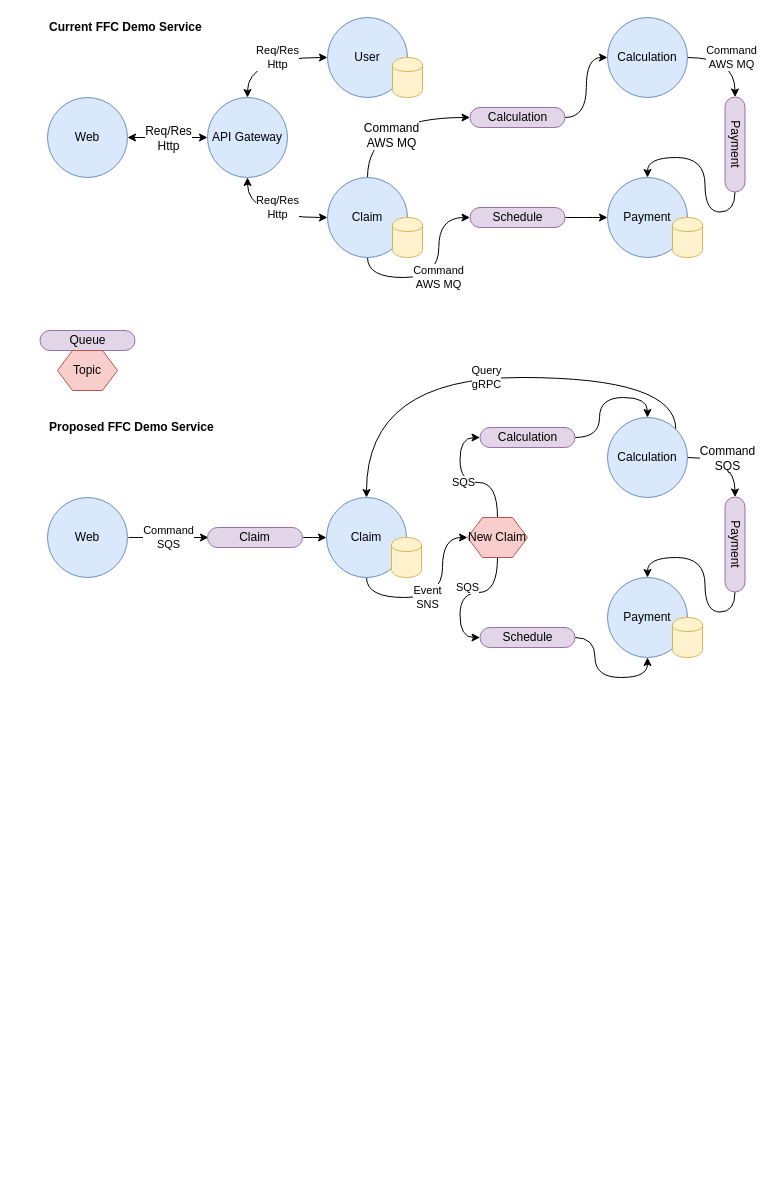
This is FFC Demo Service.drawio from johnwatson484/diagrams, a draw.io file, before an edit. Source tidied: cells renumbered, new cells numbered last; positions are measured from the earlier drawing's top-left corner, leaving out a move shared by most shapes. Both pictures are drawn from the tidied source at 100%, with x=0, y=0 at pixel (39, 17).
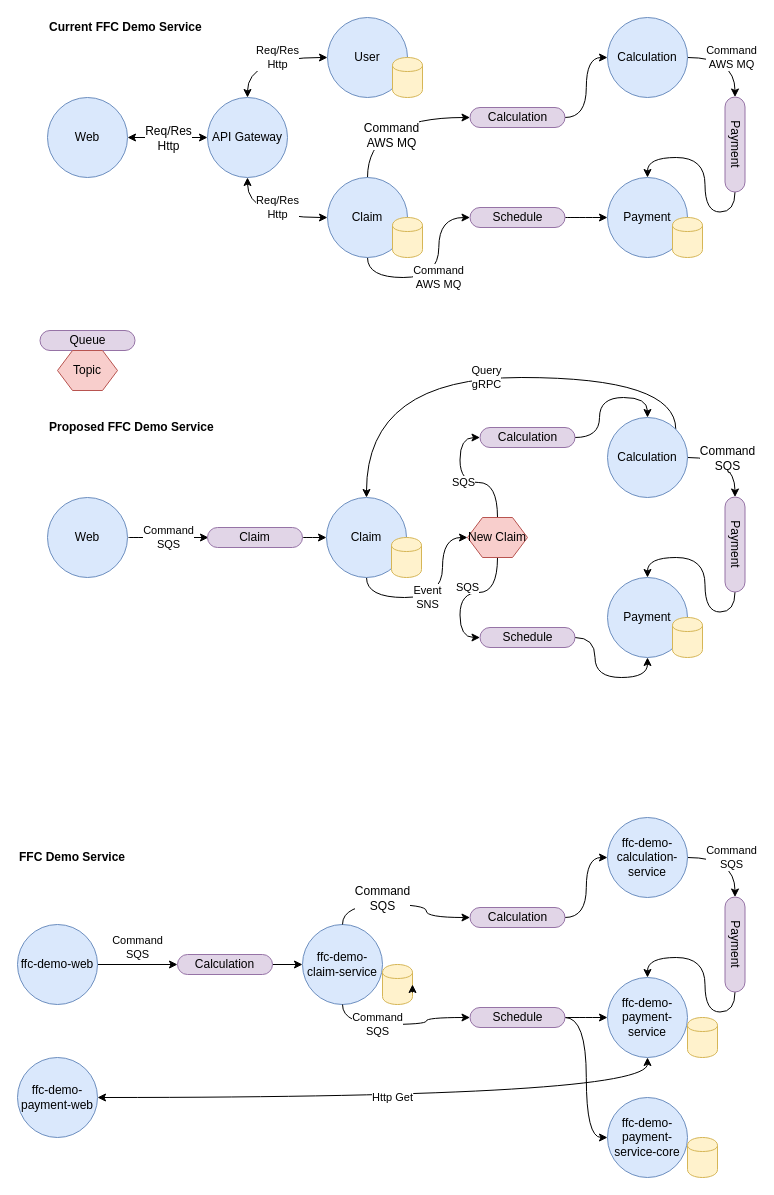
After the change.

Diff of the diagram source:
```diff
@@
+    <mxCell id="51" value="ffc-demo-claim-service" style="ellipse;whiteSpace=wrap;html=1;fillColor=#dae8fc;strokeColor=#6c8ebf;" parent="1" vertex="1">
+      <mxGeometry x="263" y="907" width="80" height="80" as="geometry" />
+    </mxCell>
@@
+    <mxCell id="52" value="Command &lt;br&gt;SQS" style="edgeStyle=orthogonalEdgeStyle;rounded=0;jettySize=auto;html=1;" parent="1" edge="1" source="53" target="71">
+      <mxGeometry y="17" relative="1" as="geometry" />
+    </mxCell>
+    <mxCell id="53" value="ffc-demo-web" style="ellipse;whiteSpace=wrap;html=1;fillColor=#dae8fc;strokeColor=#6c8ebf;" parent="1" vertex="1">
+      <mxGeometry x="-22" y="907" width="80" height="80" as="geometry" />
+    </mxCell>
+    <mxCell id="54" value="Command&lt;br&gt;SQS" style="edgeStyle=orthogonalEdgeStyle;curved=1;jumpStyle=arc;jettySize=auto;html=1;exitX=1;exitY=0.5;exitDx=0;exitDy=0;entryX=0;entryY=0.5;entryDx=0;entryDy=0;" parent="1" edge="1" source="55" target="68">
+      <mxGeometry relative="1" as="geometry" />
+    </mxCell>
+    <mxCell id="55" value="ffc-demo-calculation-service" style="ellipse;whiteSpace=wrap;html=1;fillColor=#dae8fc;strokeColor=#6c8ebf;" parent="1" vertex="1">
+      <mxGeometry x="568" y="800" width="80" height="80" as="geometry" />
+    </mxCell>
+    <mxCell id="56" value="ffc-demo-payment-service" style="ellipse;whiteSpace=wrap;html=1;fillColor=#dae8fc;strokeColor=#6c8ebf;" parent="1" vertex="1">
+      <mxGeometry x="568" y="960" width="80" height="80" as="geometry" />
+    </mxCell>
+    <mxCell id="57" value="Command&lt;br&gt;SQS" style="edgeStyle=orthogonalEdgeStyle;jumpStyle=arc;jettySize=auto;html=1;exitX=0.5;exitY=1;exitDx=0;exitDy=0;entryX=0;entryY=0.5;entryDx=0;entryDy=0;curved=1;" parent="1" edge="1" source="51" target="66">
+      <mxGeometry x="-0.29" relative="1" as="geometry" />
+    </mxCell>
+    <mxCell id="58" style="edgeStyle=orthogonalEdgeStyle;curved=1;jumpStyle=arc;jettySize=auto;html=1;exitX=0.5;exitY=0;exitDx=0;exitDy=0;entryX=0;entryY=0.5;entryDx=0;entryDy=0;" parent="1" edge="1" source="51" target="63">
+      <mxGeometry relative="1" as="geometry" />
+    </mxCell>
+    <mxCell id="59" value="Command&lt;br&gt;SQS" style="text;html=1;align=center;verticalAlign=middle;labelBackgroundColor=#ffffff;fontColor=#000000;" parent="58" vertex="1">
+      <mxGeometry x="-0.47" y="-23" relative="1" as="geometry">
+        <mxPoint x="16.7" y="-30" as="offset" />
+      </mxGeometry>
+    </mxCell>
+    <mxCell id="60" style="shape=cylinder;whiteSpace=wrap;html=1;boundedLbl=1;backgroundOutline=1;fillColor=#fff2cc;strokeColor=#d6b656;" parent="1" vertex="1">
+      <mxGeometry x="648" y="1000" width="30" height="40" as="geometry" />
+    </mxCell>
+    <mxCell id="61" style="shape=cylinder;whiteSpace=wrap;html=1;boundedLbl=1;backgroundOutline=1;fillColor=#fff2cc;strokeColor=#d6b656;" parent="1" vertex="1">
+      <mxGeometry x="343" y="947" width="30" height="40" as="geometry" />
+    </mxCell>
+    <mxCell id="62" style="edgeStyle=orthogonalEdgeStyle;curved=1;jumpStyle=arc;jettySize=auto;html=1;exitX=1;exitY=0.5;exitDx=0;exitDy=0;entryX=0;entryY=0.5;entryDx=0;entryDy=0;" parent="1" edge="1" source="63" target="55">
+      <mxGeometry relative="1" as="geometry" />
+    </mxCell>
+    <mxCell id="63" value="Calculation" style="rounded=1;whiteSpace=wrap;html=1;fillColor=#e1d5e7;strokeColor=#9673a6;arcSize=50;rotation=0;" parent="1" vertex="1">
+      <mxGeometry x="430.5" y="890" width="95" height="20" as="geometry" />
+    </mxCell>
+    <mxCell id="64" style="edgeStyle=orthogonalEdgeStyle;jumpStyle=arc;jettySize=auto;html=1;exitX=1;exitY=0.5;exitDx=0;exitDy=0;curved=1;" parent="1" edge="1" source="66" target="56">
+      <mxGeometry relative="1" as="geometry" />
+    </mxCell>
+    <mxCell id="65" style="edgeStyle=orthogonalEdgeStyle;jettySize=auto;html=1;entryX=0;entryY=0.5;entryDx=0;entryDy=0;curved=1;" parent="1" edge="1" source="66" target="74">
+      <mxGeometry relative="1" as="geometry" />
+    </mxCell>
+    <mxCell id="66" value="Schedule" style="rounded=1;whiteSpace=wrap;html=1;fillColor=#e1d5e7;strokeColor=#9673a6;arcSize=50;rotation=0;" parent="1" vertex="1">
+      <mxGeometry x="430.5" y="990" width="95" height="20" as="geometry" />
+    </mxCell>
+    <mxCell id="67" style="edgeStyle=orthogonalEdgeStyle;curved=1;jumpStyle=arc;jettySize=auto;html=1;exitX=1;exitY=0.5;exitDx=0;exitDy=0;entryX=0.5;entryY=0;entryDx=0;entryDy=0;" parent="1" edge="1" source="68" target="56">
+      <mxGeometry relative="1" as="geometry" />
+    </mxCell>
+    <mxCell id="68" value="Payment" style="rounded=1;whiteSpace=wrap;html=1;fillColor=#e1d5e7;strokeColor=#9673a6;arcSize=50;rotation=90;" parent="1" vertex="1">
+      <mxGeometry x="648" y="917" width="95" height="20" as="geometry" />
+    </mxCell>
+    <mxCell id="69" value="FFC Demo Service" style="text;html=1;strokeColor=none;fillColor=none;align=left;verticalAlign=middle;whiteSpace=wrap;rounded=0;fontStyle=1;" parent="1" vertex="1">
+      <mxGeometry x="-22" y="830" width="200" height="20" as="geometry" />
+    </mxCell>
+    <mxCell id="70" style="edgeStyle=orthogonalEdgeStyle;rounded=0;jettySize=auto;html=1;" parent="1" edge="1" source="71" target="51">
+      <mxGeometry relative="1" as="geometry" />
+    </mxCell>
+    <mxCell id="71" value="Calculation" style="rounded=1;whiteSpace=wrap;html=1;fillColor=#e1d5e7;strokeColor=#9673a6;arcSize=50;rotation=0;" parent="1" vertex="1">
+      <mxGeometry x="138" y="937" width="95" height="20" as="geometry" />
+    </mxCell>
+    <mxCell id="72" value="Http Get" style="edgeStyle=orthogonalEdgeStyle;jettySize=auto;html=1;entryX=0.5;entryY=1;entryDx=0;entryDy=0;curved=1;startArrow=classic;startFill=1;" parent="1" edge="1" source="73" target="56">
+      <mxGeometry relative="1" as="geometry" />
+    </mxCell>
+    <mxCell id="73" value="ffc-demo-payment-web" style="ellipse;whiteSpace=wrap;html=1;fillColor=#dae8fc;strokeColor=#6c8ebf;" parent="1" vertex="1">
+      <mxGeometry x="-22" y="1040" width="80" height="80" as="geometry" />
+    </mxCell>
+    <mxCell id="74" value="ffc-demo-payment-service-core" style="ellipse;whiteSpace=wrap;html=1;fillColor=#dae8fc;strokeColor=#6c8ebf;" parent="1" vertex="1">
+      <mxGeometry x="568" y="1080" width="80" height="80" as="geometry" />
+    </mxCell>
+    <mxCell id="75" style="shape=cylinder;whiteSpace=wrap;html=1;boundedLbl=1;backgroundOutline=1;fillColor=#fff2cc;strokeColor=#d6b656;" parent="1" vertex="1">
+      <mxGeometry x="648" y="1120" width="30" height="40" as="geometry" />
+    </mxCell>
+    <mxCell id="76" style="edgeStyle=orthogonalEdgeStyle;rounded=0;orthogonalLoop=1;jettySize=auto;html=1;exitX=1;exitY=0.7;exitDx=0;exitDy=0;entryX=1;entryY=0.5;entryDx=0;entryDy=0;" parent="1" edge="1" source="61" target="61">
+      <mxGeometry relative="1" as="geometry" />
+    </mxCell>
```
